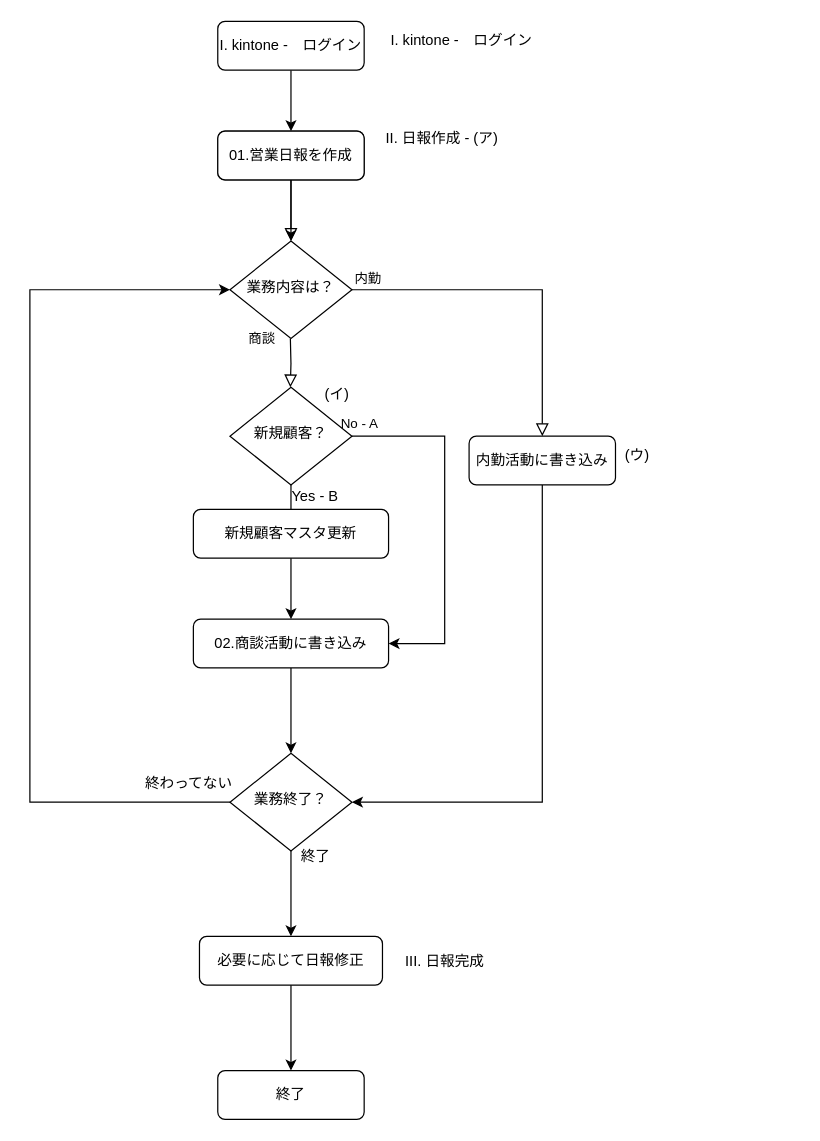
Before: kintone使用案_01.drawio in kss-kawashima/flow, a draw.io diagram. Source tidied: cells renumbered, new cells numbered last; positions are measured from the earlier drawing's top-left corner, leaving out a move shared by most shapes. Both pictures are drawn from the tidied source at 122%, with x=0, y=0 at pixel (29, 21).
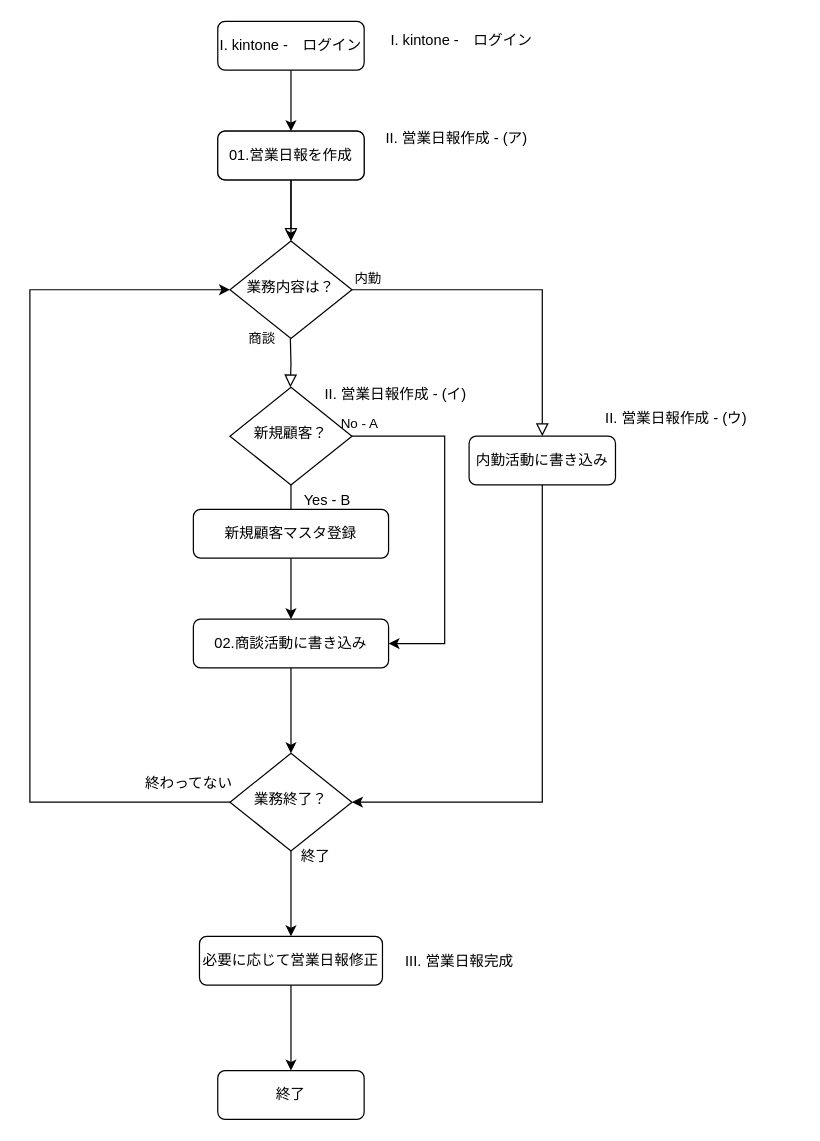
The same page after the edit.

Commit message:
kintone使用案_01.drawio を更新します

Unchanged cells that the change refers to:
```xml
<mxCell id="29" style="shape=tableRow;horizontal=0;startSize=0;swimlaneHead=0;swimlaneBody=0;fillColor=none;top=0;left=0;right=0;bottom=0;" parent="28" vertex="1">
  <mxGeometry width="180" height="30" as="geometry" />
</mxCell>
<mxCell id="33" style="shape=tableRow;horizontal=0;startSize=0;swimlaneHead=0;swimlaneBody=0;fillColor=none;top=0;left=0;right=0;bottom=0;" parent="32" vertex="1">
  <mxGeometry width="180" height="30" as="geometry" />
</mxCell>
<mxCell id="37" style="shape=tableRow;horizontal=0;startSize=0;swimlaneHead=0;swimlaneBody=0;fillColor=none;top=0;left=0;right=0;bottom=0;" parent="36" vertex="1">
  <mxGeometry width="180" height="30" as="geometry" />
</mxCell>
<mxCell id="41" style="shape=tableRow;horizontal=0;startSize=0;swimlaneHead=0;swimlaneBody=0;fillColor=none;top=0;left=0;right=0;bottom=0;" parent="40" vertex="1">
  <mxGeometry width="180" height="30" as="geometry" />
</mxCell>
```

Diff of the diagram source:
```diff
@@
-    <mxCell id="9" value="必要に応じて日報修正" style="rounded=1;whiteSpace=wrap;html=1;fontSize=12;glass=0;strokeWidth=1;shadow=0;" parent="1" vertex="1">
+    <mxCell id="9" value="必要に応じて営業日報修正" style="rounded=1;whiteSpace=wrap;html=1;fontSize=12;glass=0;strokeWidth=1;shadow=0;" parent="1" vertex="1">
       <mxGeometry x="139" y="750" width="150" height="40" as="geometry" />
     </mxCell>
@@
-    <mxCell id="31" value="II. 日報作成 - (ア)" style="shape=partialRectangle;fillColor=none;top=0;left=0;bottom=0;right=0;align=left;spacingLeft=6;overflow=hidden;" parent="29" vertex="1">
+    <mxCell id="31" value="II. 営業日報作成 - (ア)" style="shape=partialRectangle;fillColor=none;top=0;left=0;bottom=0;right=0;align=left;spacingLeft=6;overflow=hidden;" parent="29" vertex="1">
       <mxGeometry x="30" width="150" height="30" as="geometry" />
     </mxCell>
@@
-    <mxCell id="35" value="(イ)" style="shape=partialRectangle;fillColor=none;top=0;left=0;bottom=0;right=0;align=left;spacingLeft=6;overflow=hidden;" parent="33" vertex="1">
+    <mxCell id="35" value="II. 営業日報作成 - (イ)" style="shape=partialRectangle;fillColor=none;top=0;left=0;bottom=0;right=0;align=left;spacingLeft=6;overflow=hidden;" parent="33" vertex="1">
       <mxGeometry x="30" width="150" height="30" as="geometry" />
     </mxCell>
     <mxCell id="36" style="shape=table;startSize=0;childLayout=tableLayout;rowLines=0;fontStyle=0;align=center;strokeColor=none;fillColor=none;whiteSpace=wrap;html=1;" parent="1" vertex="1">
-      <mxGeometry x="450" y="340" width="180" height="30" as="geometry" />
+      <mxGeometry x="434" y="310" width="180" height="30" as="geometry" />
     </mxCell>
@@
-    <mxCell id="39" value="(ウ)" style="shape=partialRectangle;fillColor=none;top=0;left=0;bottom=0;right=0;align=left;spacingLeft=6;overflow=hidden;" parent="37" vertex="1">
+    <mxCell id="39" value="II. 営業日報作成 - (ウ)" style="shape=partialRectangle;fillColor=none;top=0;left=0;bottom=0;right=0;align=left;spacingLeft=6;overflow=hidden;" parent="37" vertex="1">
       <mxGeometry x="30" width="150" height="30" as="geometry" />
     </mxCell>
@@
-    <mxCell id="43" value="III. 日報完成" style="shape=partialRectangle;fillColor=none;top=0;left=0;bottom=0;right=0;align=left;spacingLeft=6;overflow=hidden;" parent="41" vertex="1">
+    <mxCell id="43" value="III. 営業日報完成" style="shape=partialRectangle;fillColor=none;top=0;left=0;bottom=0;right=0;align=left;spacingLeft=6;overflow=hidden;" parent="41" vertex="1">
       <mxGeometry x="30" width="150" height="30" as="geometry" />
     </mxCell>
@@
-    <mxCell id="48" value="新規顧客マスタ更新" style="rounded=1;whiteSpace=wrap;html=1;fontSize=12;glass=0;strokeWidth=1;shadow=0;" parent="1" vertex="1">
+    <mxCell id="48" value="新規顧客マスタ登録" style="rounded=1;whiteSpace=wrap;html=1;fontSize=12;glass=0;strokeWidth=1;shadow=0;" parent="1" vertex="1">
       <mxGeometry x="134" y="400" width="160" height="40" as="geometry" />
     </mxCell>
     <mxCell id="49" value="Yes - B" style="text;html=1;align=center;verticalAlign=middle;whiteSpace=wrap;rounded=0;" parent="1" vertex="1">
-      <mxGeometry x="204" y="375" width="60" height="30" as="geometry" />
+      <mxGeometry x="214" y="378" width="60" height="30" as="geometry" />
     </mxCell>
```
